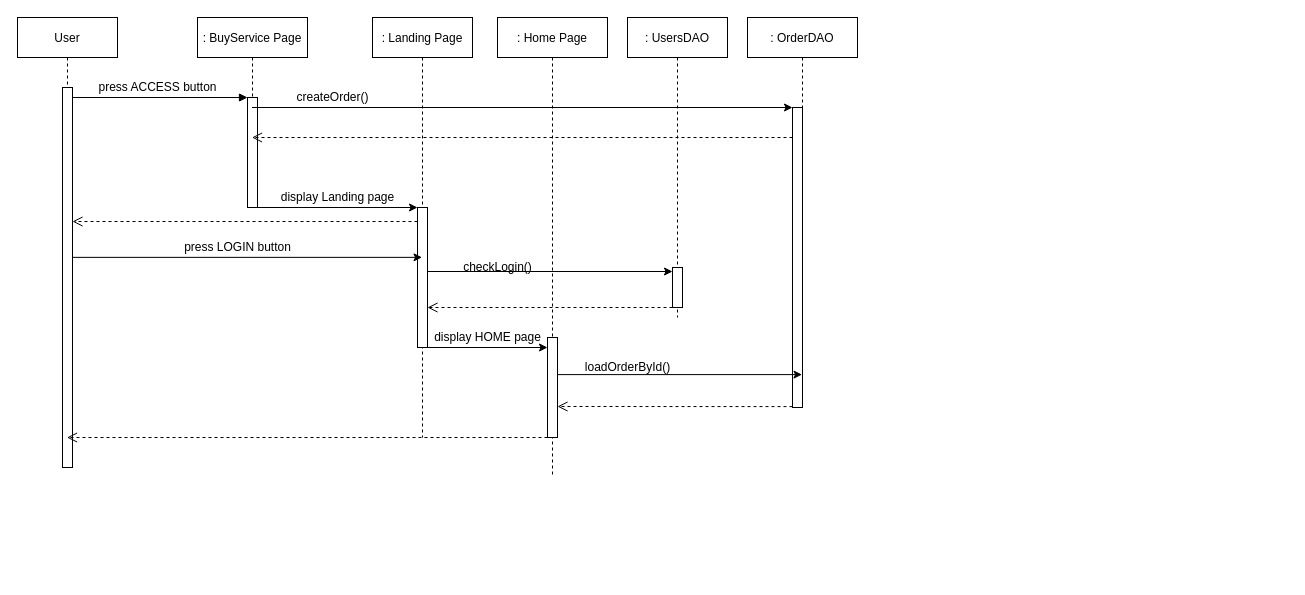
daviderigamonti/DB2Project-Telco keeps this draw.io diagram as Documentation/Diagrams/Untitled Diagram.drawio. Above is the earlier version. Source tidied: cells renumbered, new cells numbered last; positions are measured from the earlier drawing's top-left corner, leaving out a move shared by most shapes. Both pictures are drawn from the tidied source at 100%, with x=0, y=0 at pixel (17, 17).
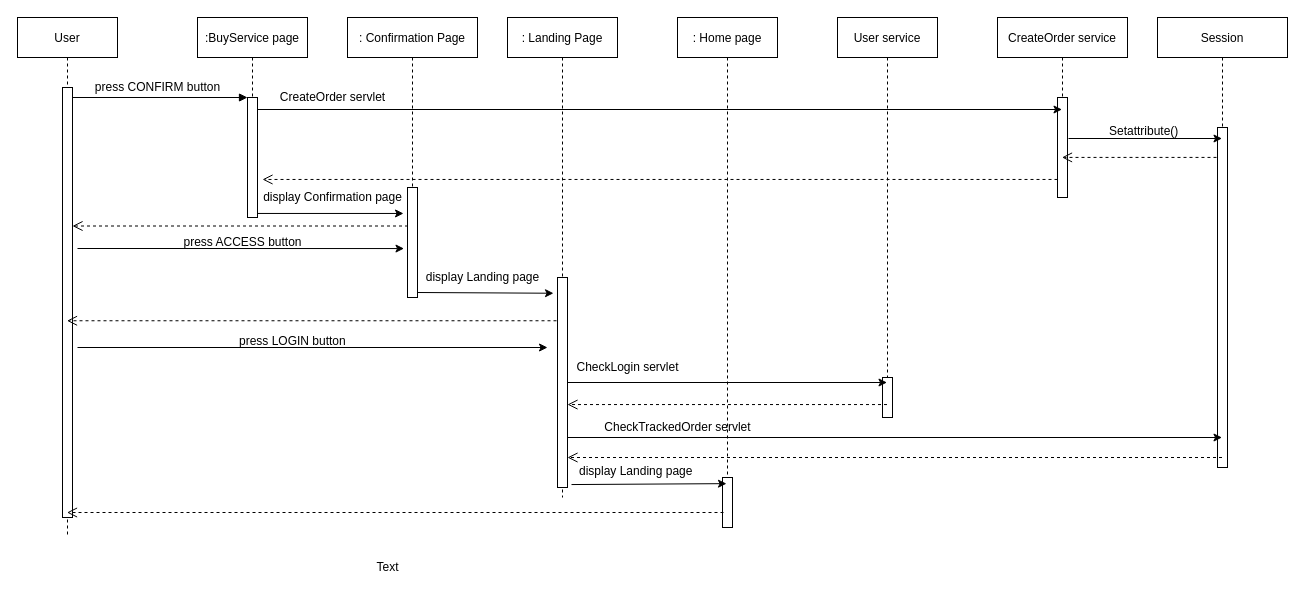
The same page after the edit.

Commit message:
Sequence diagram update

Change to the diagram source:
```diff
@@
     <mxCell id="2" value="User" style="shape=umlLifeline;perimeter=lifelinePerimeter;rounded=0;shadow=0;strokeWidth=1;" parent="1" vertex="1">
-      <mxGeometry width="100" height="450" as="geometry" />
+      <mxGeometry width="100" height="520" as="geometry" />
     </mxCell>
     <mxCell id="3" style="points=[];perimeter=orthogonalPerimeter;rounded=0;shadow=0;strokeWidth=1;" parent="2" vertex="1">
-      <mxGeometry x="45" y="70" width="10" height="380" as="geometry" />
+      <mxGeometry x="45" y="70" width="10" height="430" as="geometry" />
     </mxCell>
-    <mxCell id="4" value=": BuyService Page" style="shape=umlLifeline;perimeter=lifelinePerimeter;rounded=0;shadow=0;strokeWidth=1;" parent="1" vertex="1">
-      <mxGeometry x="180" width="110" height="190" as="geometry" />
+    <mxCell id="4" value=":BuyService page" style="shape=umlLifeline;perimeter=lifelinePerimeter;rounded=0;shadow=0;strokeWidth=1;" parent="1" vertex="1">
+      <mxGeometry x="180" width="110" height="200" as="geometry" />
     </mxCell>
     <mxCell id="5" style="points=[];perimeter=orthogonalPerimeter;rounded=0;shadow=0;strokeWidth=1;" parent="4" vertex="1">
-      <mxGeometry x="50" y="80" width="10" height="110" as="geometry" />
+      <mxGeometry x="50" y="80" width="10" height="120" as="geometry" />
     </mxCell>
@@
-    <mxCell id="7" value="press ACCESS button" style="text;html=1;align=center;verticalAlign=middle;strokeColor=none;fillColor=none;" parent="1" vertex="1">
-      <mxGeometry x="75" y="60" width="130" height="20" as="geometry" />
+    <mxCell id="7" value="press CONFIRM button" style="text;html=1;align=center;verticalAlign=middle;strokeColor=none;fillColor=none;" parent="1" vertex="1">
+      <mxGeometry x="70" y="60" width="140" height="20" as="geometry" />
     </mxCell>
-    <mxCell id="8" value=": OrderDAO" style="shape=umlLifeline;perimeter=lifelinePerimeter;rounded=0;shadow=0;strokeWidth=1;" parent="1" vertex="1">
-      <mxGeometry x="730" width="110" height="390" as="geometry" />
+    <mxCell id="8" value="CreateOrder service" style="shape=umlLifeline;perimeter=lifelinePerimeter;rounded=0;shadow=0;strokeWidth=1;" parent="1" vertex="1">
+      <mxGeometry x="980" width="130" height="180" as="geometry" />
     </mxCell>
     <mxCell id="9" style="points=[];perimeter=orthogonalPerimeter;rounded=0;shadow=0;strokeWidth=1;" parent="8" vertex="1">
-      <mxGeometry x="45" y="90" width="10" height="300" as="geometry" />
+      <mxGeometry x="60" y="80" width="10" height="100" as="geometry" />
     </mxCell>
-    <mxCell id="10" style="endArrow=classic;html=1;rounded=0;entryX=0;entryY=0;entryDx=0;entryDy=0;entryPerimeter=0;" parent="1" edge="1" source="4" target="9">
-      <mxGeometry relative="1" as="geometry" />
+    <mxCell id="10" style="endArrow=classic;html=1;rounded=0;" parent="1" edge="1" target="8">
+      <mxGeometry relative="1" as="geometry">
+        <mxPoint x="240" y="92" as="sourcePoint" />
+      </mxGeometry>
     </mxCell>
-    <mxCell id="11" value="createOrder()" style="text;html=1;align=center;verticalAlign=middle;strokeColor=none;fillColor=none;" parent="1" vertex="1">
-      <mxGeometry x="270" y="70" width="90" height="20" as="geometry" />
+    <mxCell id="11" value="CreateOrder servlet" style="text;html=1;align=center;verticalAlign=middle;strokeColor=none;fillColor=none;" parent="1" vertex="1">
+      <mxGeometry x="255" y="70" width="120" height="20" as="geometry" />
     </mxCell>
-    <mxCell id="12" style="verticalAlign=bottom;endArrow=open;dashed=1;endSize=8;shadow=0;strokeWidth=1;exitX=0;exitY=0.1;exitDx=0;exitDy=0;exitPerimeter=0;" parent="1" edge="1" source="9" target="4">
+    <mxCell id="12" style="verticalAlign=bottom;endArrow=open;dashed=1;endSize=8;shadow=0;strokeWidth=1;entryX=1.5;entryY=0.683;entryDx=0;entryDy=0;entryPerimeter=0;" parent="1" edge="1" source="9" target="5">
       <mxGeometry relative="1" as="geometry" />
     </mxCell>
-    <mxCell id="13" value=": Landing Page" style="shape=umlLifeline;perimeter=lifelinePerimeter;rounded=0;shadow=0;strokeWidth=1;" parent="1" vertex="1">
-      <mxGeometry x="355" width="100" height="420" as="geometry" />
+    <mxCell id="13" value=": Confirmation Page" style="shape=umlLifeline;perimeter=lifelinePerimeter;rounded=0;shadow=0;strokeWidth=1;" parent="1" vertex="1">
+      <mxGeometry x="330" width="130" height="280" as="geometry" />
     </mxCell>
     <mxCell id="14" style="points=[];perimeter=orthogonalPerimeter;rounded=0;shadow=0;strokeWidth=1;" parent="13" vertex="1">
-      <mxGeometry x="45" y="190" width="10" height="140" as="geometry" />
+      <mxGeometry x="60" y="170" width="10" height="110" as="geometry" />
     </mxCell>
+    <mxCell id="16" value="display Confirmation page" style="text;html=1;align=center;verticalAlign=middle;strokeColor=none;fillColor=none;" parent="13" vertex="1">
+      <mxGeometry x="-90" y="170" width="150" height="20" as="geometry" />
+    </mxCell>
+    <mxCell id="23" value="display Landing page" style="text;html=1;align=center;verticalAlign=middle;strokeColor=none;fillColor=none;" parent="13" vertex="1">
+      <mxGeometry x="70" y="250" width="130" height="20" as="geometry" />
+    </mxCell>
-    <mxCell id="15" style="endArrow=classic;html=1;rounded=0;entryX=0;entryY=0;entryDx=0;entryDy=0;entryPerimeter=0;" parent="1" edge="1" source="5" target="14">
+    <mxCell id="15" style="endArrow=classic;html=1;rounded=0;entryX=-0.4;entryY=0.236;entryDx=0;entryDy=0;entryPerimeter=0;" parent="1" edge="1" source="5" target="14">
       <mxGeometry relative="1" as="geometry" />
     </mxCell>
-    <mxCell id="16" value="display Landing page" style="text;html=1;align=center;verticalAlign=middle;strokeColor=none;fillColor=none;" parent="1" vertex="1">
-      <mxGeometry x="255" y="170" width="130" height="20" as="geometry" />
-    </mxCell>
-    <mxCell id="17" style="verticalAlign=bottom;endArrow=open;dashed=1;endSize=8;shadow=0;strokeWidth=1;exitX=0;exitY=0.1;exitDx=0;exitDy=0;exitPerimeter=0;" parent="1" edge="1" source="14" target="3">
+    <mxCell id="17" style="verticalAlign=bottom;endArrow=open;dashed=1;endSize=8;shadow=0;strokeWidth=1;exitX=0.05;exitY=0.35;exitDx=0;exitDy=0;exitPerimeter=0;" parent="1" edge="1" source="14" target="3">
       <mxGeometry relative="1" as="geometry" />
     </mxCell>
-    <mxCell id="18" style="endArrow=classic;html=1;rounded=0;exitX=1;exitY=0.447;exitDx=0;exitDy=0;exitPerimeter=0;" parent="1" edge="1" source="3" target="13">
-      <mxGeometry relative="1" as="geometry" />
+    <mxCell id="18" style="endArrow=classic;html=1;rounded=0;entryX=-0.35;entryY=0.555;entryDx=0;entryDy=0;entryPerimeter=0;" parent="1" edge="1" target="14">
+      <mxGeometry relative="1" as="geometry">
+        <mxPoint x="60" y="231" as="sourcePoint" />
+      </mxGeometry>
     </mxCell>
-    <mxCell id="19" value="press LOGIN button" style="text;html=1;align=center;verticalAlign=middle;strokeColor=none;fillColor=none;" parent="1" vertex="1">
-      <mxGeometry x="160" y="220" width="120" height="20" as="geometry" />
+    <mxCell id="19" value="press ACCESS button" style="text;html=1;align=center;verticalAlign=middle;strokeColor=none;fillColor=none;" parent="1" vertex="1">
+      <mxGeometry x="160" y="215" width="130" height="20" as="geometry" />
     </mxCell>
-    <mxCell id="20" value=": UsersDAO" style="shape=umlLifeline;perimeter=lifelinePerimeter;rounded=0;shadow=0;strokeWidth=1;" parent="1" vertex="1">
-      <mxGeometry x="610" width="100" height="300" as="geometry" />
+    <mxCell id="20" value="User service" style="shape=umlLifeline;perimeter=lifelinePerimeter;rounded=0;shadow=0;strokeWidth=1;" parent="1" vertex="1">
+      <mxGeometry x="820" width="100" height="400" as="geometry" />
     </mxCell>
     <mxCell id="21" style="points=[];perimeter=orthogonalPerimeter;rounded=0;shadow=0;strokeWidth=1;" parent="20" vertex="1">
-      <mxGeometry x="45" y="250" width="10" height="40" as="geometry" />
+      <mxGeometry x="45" y="360" width="10" height="40" as="geometry" />
     </mxCell>
-    <mxCell id="22" style="endArrow=classic;html=1;rounded=0;entryX=0;entryY=0.1;entryDx=0;entryDy=0;entryPerimeter=0;" parent="1" edge="1" target="21">
+    <mxCell id="22" style="endArrow=classic;html=1;rounded=0;entryX=-0.4;entryY=0.075;entryDx=0;entryDy=0;entryPerimeter=0;" parent="1" edge="1" target="26">
       <mxGeometry relative="1" as="geometry">
-        <mxPoint x="410" y="254" as="sourcePoint" />
+        <mxPoint x="400" y="275" as="sourcePoint" />
       </mxGeometry>
     </mxCell>
-    <mxCell id="23" value="checkLogin()" style="text;html=1;align=center;verticalAlign=middle;strokeColor=none;fillColor=none;" parent="1" vertex="1">
-      <mxGeometry x="440" y="240" width="80" height="20" as="geometry" />
-    </mxCell>
-    <mxCell id="24" style="verticalAlign=bottom;endArrow=open;dashed=1;endSize=8;shadow=0;strokeWidth=1;exitX=0;exitY=1;exitDx=0;exitDy=0;exitPerimeter=0;" parent="1" edge="1" source="21">
-      <mxGeometry relative="1" as="geometry">
-        <mxPoint x="410" y="290" as="targetPoint" />
-      </mxGeometry>
-    </mxCell>
-    <mxCell id="25" value=": Home Page" style="shape=umlLifeline;perimeter=lifelinePerimeter;rounded=0;shadow=0;strokeWidth=1;" parent="1" vertex="1">
-      <mxGeometry x="480" width="110" height="460" as="geometry" />
+    <mxCell id="25" value=": Landing Page" style="shape=umlLifeline;perimeter=lifelinePerimeter;rounded=0;shadow=0;strokeWidth=1;" parent="1" vertex="1">
+      <mxGeometry x="490" width="110" height="480" as="geometry" />
     </mxCell>
     <mxCell id="26" style="points=[];perimeter=orthogonalPerimeter;rounded=0;shadow=0;strokeWidth=1;" parent="25" vertex="1">
-      <mxGeometry x="50" y="320" width="10" height="100" as="geometry" />
+      <mxGeometry x="50" y="260" width="10" height="210" as="geometry" />
     </mxCell>
-    <mxCell id="27" style="endArrow=classic;html=1;rounded=0;exitX=1;exitY=1;exitDx=0;exitDy=0;exitPerimeter=0;" parent="1" edge="1" source="14">
-      <mxGeometry relative="1" as="geometry">
-        <mxPoint x="530" y="330" as="targetPoint" />
-      </mxGeometry>
-    </mxCell>
+    <mxCell id="33" value="display Landing page" style="text;whiteSpace=wrap;html=1;" parent="25" vertex="1">
+      <mxGeometry x="70" y="440" width="140" height="30" as="geometry" />
+    </mxCell>
-    <mxCell id="28" value="display HOME page" style="text;html=1;align=center;verticalAlign=middle;strokeColor=none;fillColor=none;" parent="1" vertex="1">
-      <mxGeometry x="410" y="310" width="120" height="20" as="geometry" />
+    <mxCell id="28" value="CheckTrackedOrder servlet" style="text;html=1;align=center;verticalAlign=middle;strokeColor=none;fillColor=none;" parent="1" vertex="1">
+      <mxGeometry x="580" y="400" width="160" height="20" as="geometry" />
     </mxCell>
-    <mxCell id="29" style="verticalAlign=bottom;endArrow=open;dashed=1;endSize=8;shadow=0;strokeWidth=1;exitX=0;exitY=1;exitDx=0;exitDy=0;exitPerimeter=0;" parent="1" edge="1" source="26" target="2">
+    <mxCell id="29" style="verticalAlign=bottom;endArrow=open;dashed=1;endSize=8;shadow=0;strokeWidth=1;exitX=-0.1;exitY=0.206;exitDx=0;exitDy=0;exitPerimeter=0;" parent="1" edge="1" source="26" target="2">
       <mxGeometry relative="1" as="geometry" />
     </mxCell>
-    <mxCell id="30" style="endArrow=classic;html=1;rounded=0;exitX=1;exitY=0.371;exitDx=0;exitDy=0;exitPerimeter=0;" parent="1" edge="1" source="26" target="8">
+    <mxCell id="30" style="endArrow=classic;html=1;rounded=0;exitX=0;exitY=1.25;exitDx=0;exitDy=0;exitPerimeter=0;" parent="1" edge="1" source="31" target="20">
       <mxGeometry relative="1" as="geometry" />
     </mxCell>
-    <mxCell id="31" value="loadOrderById()" style="text;html=1;align=center;verticalAlign=middle;points=[];strokeColor=none;fillColor=none;" parent="1" vertex="1">
-      <mxGeometry x="560" y="340" width="100" height="20" as="geometry" />
+    <mxCell id="31" value="CheckLogin servlet" style="text;html=1;align=center;verticalAlign=middle;points=[];strokeColor=none;fillColor=none;" parent="1" vertex="1">
+      <mxGeometry x="550" y="340" width="120" height="20" as="geometry" />
     </mxCell>
-    <mxCell id="32" style="verticalAlign=bottom;endArrow=open;dashed=1;endSize=8;shadow=0;strokeWidth=1;exitX=0;exitY=0.997;exitDx=0;exitDy=0;exitPerimeter=0;" parent="1" edge="1" source="9">
-      <mxGeometry relative="1" as="geometry">
-        <mxPoint x="540" y="389" as="targetPoint" />
-      </mxGeometry>
-    </mxCell>
+    <mxCell id="34" style="endArrow=classic;html=1;rounded=0;" parent="1" edge="1">
+      <mxGeometry relative="1" as="geometry">
+        <mxPoint x="60" y="330" as="sourcePoint" />
+        <mxPoint x="530" y="330" as="targetPoint" />
+      </mxGeometry>
+    </mxCell>
+    <mxCell id="35" value="press LOGIN button" style="text;whiteSpace=wrap;html=1;" parent="1" vertex="1">
+      <mxGeometry x="220" y="310" width="140" height="30" as="geometry" />
+    </mxCell>
+    <mxCell id="36" style="verticalAlign=bottom;endArrow=open;dashed=1;endSize=8;shadow=0;strokeWidth=1;entryX=1;entryY=0.605;entryDx=0;entryDy=0;entryPerimeter=0;" parent="1" edge="1" source="20" target="26">
+      <mxGeometry relative="1" as="geometry" />
+    </mxCell>
+    <mxCell id="37" value="Session" style="shape=umlLifeline;perimeter=lifelinePerimeter;rounded=0;shadow=0;strokeWidth=1;" parent="1" vertex="1">
+      <mxGeometry x="1140" width="130" height="450" as="geometry" />
+    </mxCell>
+    <mxCell id="38" style="points=[];perimeter=orthogonalPerimeter;rounded=0;shadow=0;strokeWidth=1;" parent="37" vertex="1">
+      <mxGeometry x="60" y="110" width="10" height="340" as="geometry" />
+    </mxCell>
+    <mxCell id="39" value="Text" style="text;html=1;align=center;verticalAlign=middle;strokeColor=none;fillColor=none;" parent="1" vertex="1">
+      <mxGeometry x="350" y="540" width="40" height="20" as="geometry" />
+    </mxCell>
+    <mxCell id="40" style="endArrow=classic;html=1;rounded=0;" parent="1" edge="1" target="37">
+      <mxGeometry relative="1" as="geometry">
+        <mxPoint x="550" y="420" as="sourcePoint" />
+      </mxGeometry>
+    </mxCell>
+    <mxCell id="41" style="verticalAlign=bottom;endArrow=open;dashed=1;endSize=8;shadow=0;strokeWidth=1;entryX=1;entryY=0.605;entryDx=0;entryDy=0;entryPerimeter=0;" parent="1" edge="1" source="37">
+      <mxGeometry relative="1" as="geometry">
+        <mxPoint x="550" y="440" as="targetPoint" />
+      </mxGeometry>
+    </mxCell>
+    <mxCell id="42" value=": Home page" style="shape=umlLifeline;perimeter=lifelinePerimeter;rounded=0;shadow=0;strokeWidth=1;" parent="1" vertex="1">
+      <mxGeometry x="660" width="100" height="510" as="geometry" />
+    </mxCell>
+    <mxCell id="43" style="points=[];perimeter=orthogonalPerimeter;rounded=0;shadow=0;strokeWidth=1;" parent="42" vertex="1">
+      <mxGeometry x="45" y="460" width="10" height="50" as="geometry" />
+    </mxCell>
+    <mxCell id="44" style="endArrow=classic;html=1;rounded=0;exitX=1.1;exitY=0.41;exitDx=0;exitDy=0;exitPerimeter=0;" parent="1" edge="1" source="9" target="37">
+      <mxGeometry relative="1" as="geometry" />
+    </mxCell>
+    <mxCell id="45" value="&lt;div&gt;Setattribute()&lt;/div&gt;" style="text;whiteSpace=wrap;html=1;" parent="1" vertex="1">
+      <mxGeometry x="1090" y="100" width="130" height="30" as="geometry" />
+    </mxCell>
+    <mxCell id="46" style="verticalAlign=bottom;endArrow=open;dashed=1;endSize=8;shadow=0;strokeWidth=1;exitX=-0.1;exitY=0.088;exitDx=0;exitDy=0;exitPerimeter=0;" parent="1" edge="1" source="38" target="8">
+      <mxGeometry relative="1" as="geometry" />
+    </mxCell>
+    <mxCell id="47" style="endArrow=classic;html=1;rounded=0;exitX=1.4;exitY=0.986;exitDx=0;exitDy=0;exitPerimeter=0;entryX=0.49;entryY=0.914;entryDx=0;entryDy=0;entryPerimeter=0;" parent="1" edge="1" source="26" target="42">
+      <mxGeometry relative="1" as="geometry" />
+    </mxCell>
+    <mxCell id="48" style="verticalAlign=bottom;endArrow=open;dashed=1;endSize=8;shadow=0;strokeWidth=1;exitX=0.1;exitY=0.7;exitDx=0;exitDy=0;exitPerimeter=0;" parent="1" edge="1" source="43" target="2">
+      <mxGeometry relative="1" as="geometry" />
+    </mxCell>
```
